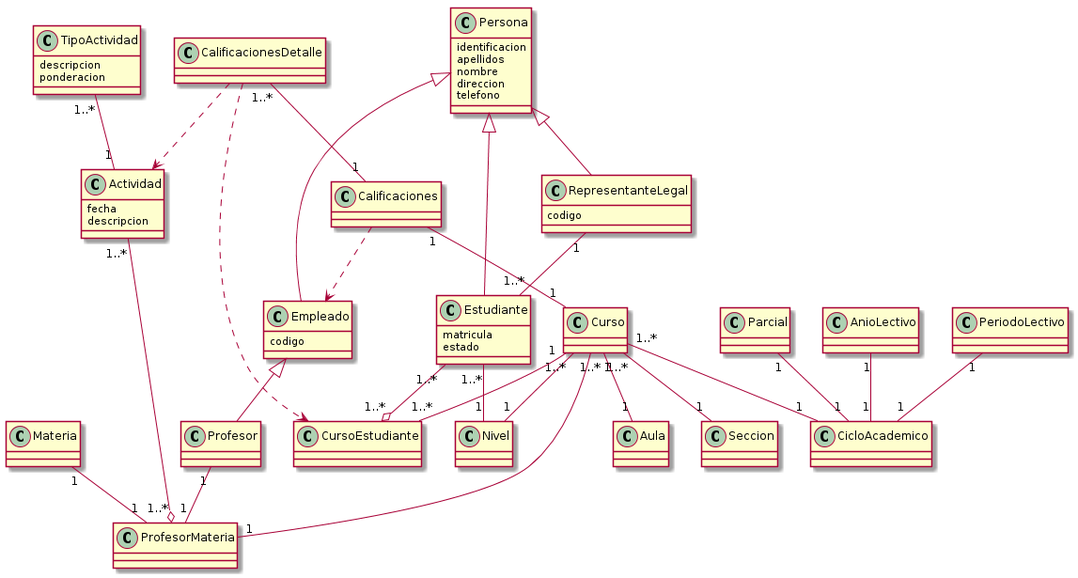
This is clases/academico.png from DidierDiaz/UML-Code-Generator, a PlantUML export, as it was before one commit.
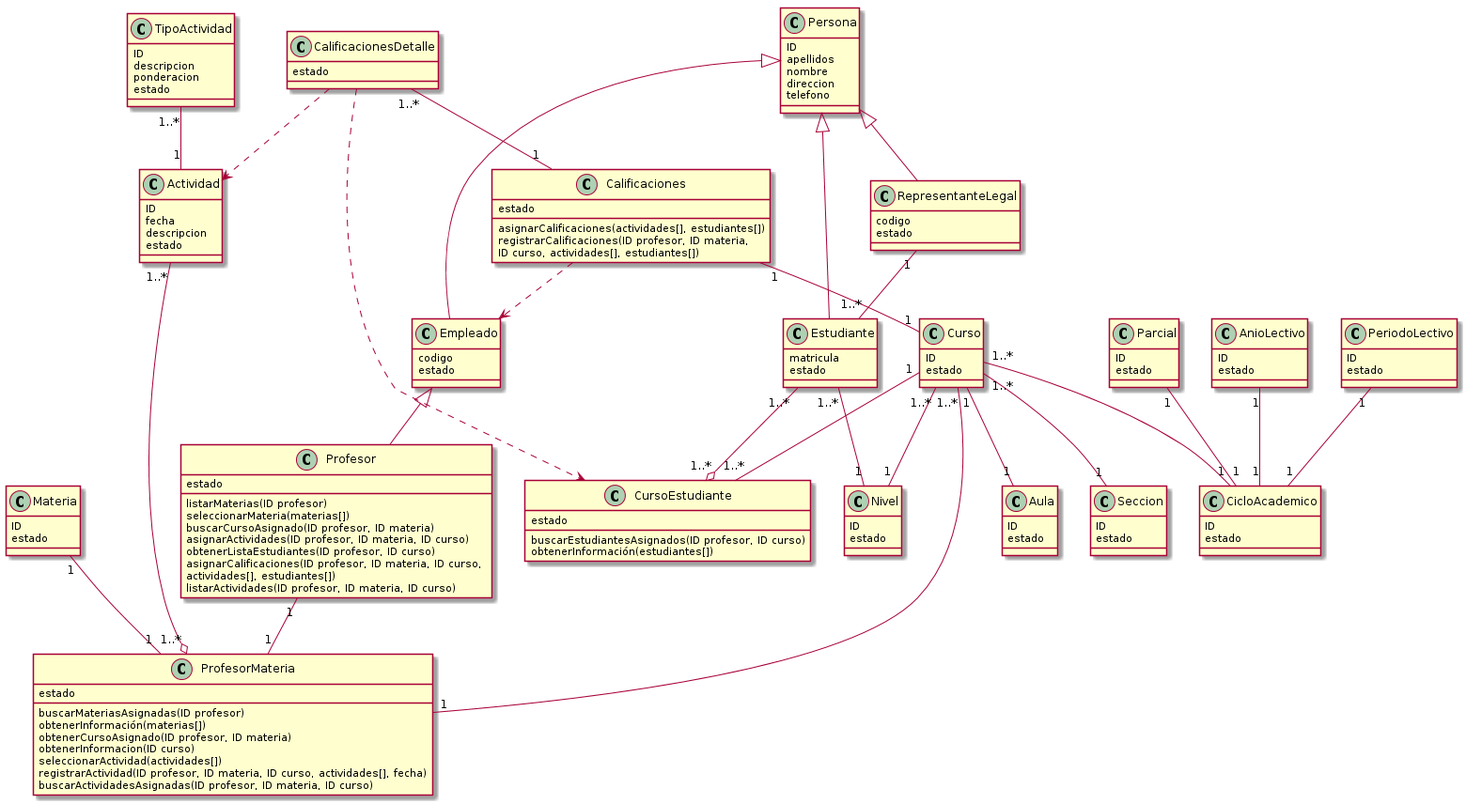
The same diagram one commit later.

Commit message:
Modificación en diagrama de clases y secuencias (registro de actividades y calificaciones)

The edit, as a diff of the source:
```diff
@@ -1,7 +1,7 @@
 @startuml
 
 class Persona{
-	identificacion
+	ID
 	apellidos
 	nombre
 	direccion
@@ -10,6 +10,7 @@
 
 class RepresentanteLegal{
 	codigo
+	estado
 }
 
 class Estudiante{
@@ -19,58 +20,104 @@
 
 class Empleado{
 	codigo
+	estado
 }
 
 class Profesor{
+	estado
+	listarMaterias(ID profesor)
+	seleccionarMateria(materias[])
+	buscarCursoAsignado(ID profesor, ID materia)
+	asignarActividades(ID profesor, ID materia, ID curso)
+	obtenerListaEstudiantes(ID profesor, ID curso)
+	asignarCalificaciones(ID profesor, ID materia, ID curso, \nactividades[], estudiantes[])
+	listarActividades(ID profesor, ID materia, ID curso)
 }
 
 class Materia{
+	ID
+	estado
 }
 
 class TipoActividad{
+	ID
 	descripcion
 	ponderacion
+	estado
 }
 
 class Actividad{
+	ID
 	fecha
 	descripcion
+	estado
 }
 
 class ProfesorMateria{
+	estado
+	buscarMateriasAsignadas(ID profesor)
+	obtenerInformación(materias[])
+	obtenerCursoAsignado(ID profesor, ID materia)
+	obtenerInformacion(ID curso)
+	seleccionarActividad(actividades[])
+	registrarActividad(ID profesor, ID materia, ID curso, actividades[], fecha)
+	buscarActividadesAsignadas(ID profesor, ID materia, ID curso)
 }
 
 class Seccion{
+	ID
+	estado
 }
 
 class Nivel{
+	ID
+	estado
 }
 
 class Aula{
+	ID
+	estado
 }
 
 class Curso{
+	ID
+	estado
 }
 
 class CursoEstudiante{
+	estado
+	buscarEstudiantesAsignados(ID profesor, ID curso)
+	obtenerInformación(estudiantes[])
 }
 
 class Calificaciones{
+	estado
+	asignarCalificaciones(actividades[], estudiantes[])
+	registrarCalificaciones(ID profesor, ID materia,\nID curso, actividades[], estudiantes[])
 }
 
 class CalificacionesDetalle{
+	estado
 }
 
 class AnioLectivo{
+	ID
+	estado
 }
 
 class PeriodoLectivo{
+	ID
+	estado
 }
 
 class Parcial{
+	ID
+	estado
 }
 
 class CicloAcademico{
+	ID
+	estado
 }
 
 AnioLectivo "1" -- "1" CicloAcademico
```
